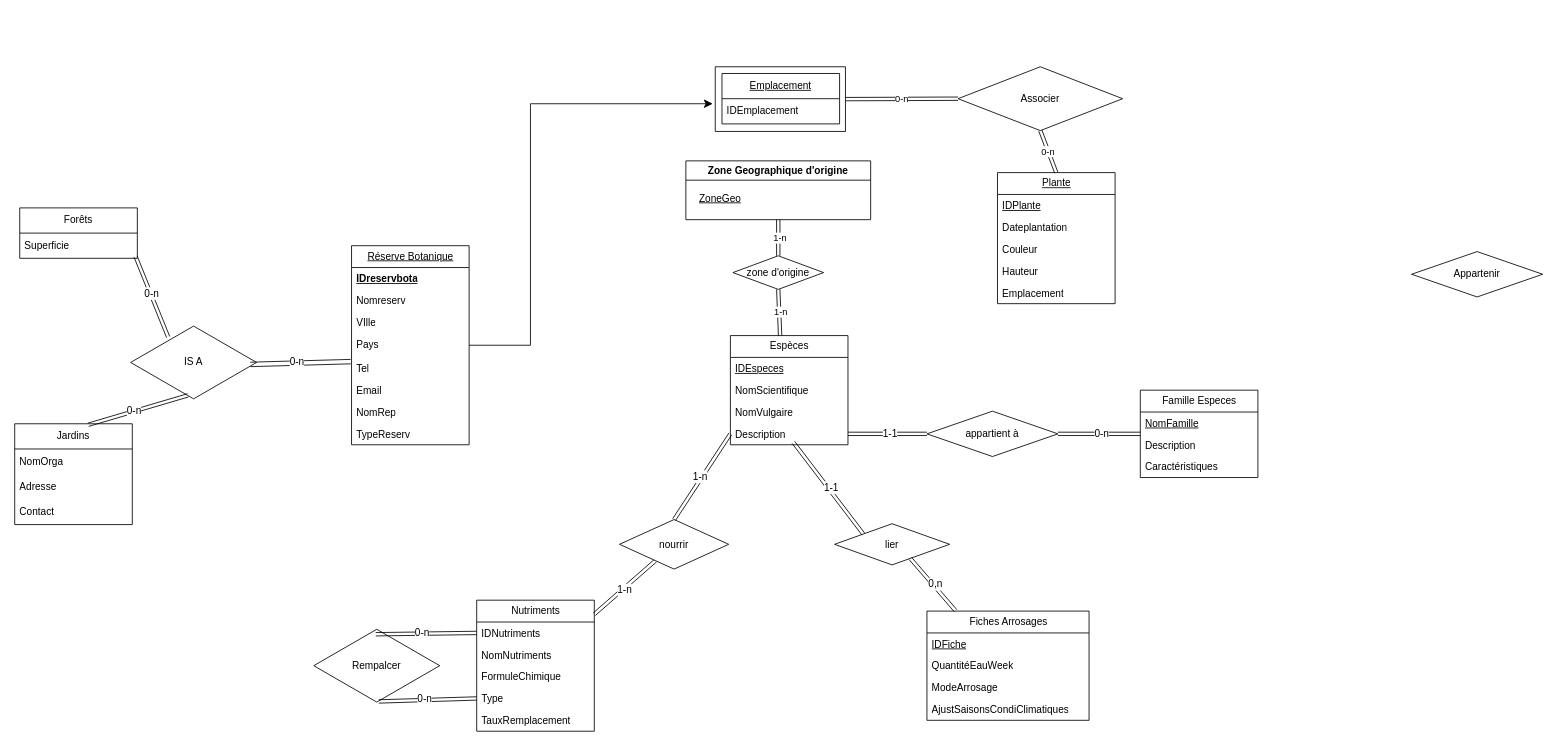
This is SAE3/Untitled Diagram.drawio from korasrar/Work, a draw.io file, before an edit. Source tidied: cells renumbered, new cells numbered last; positions are measured from the earlier drawing's top-left corner, leaving out a move shared by most shapes. Both pictures are drawn from the tidied source at 84%, with x=0, y=0 at pixel (14, 66).
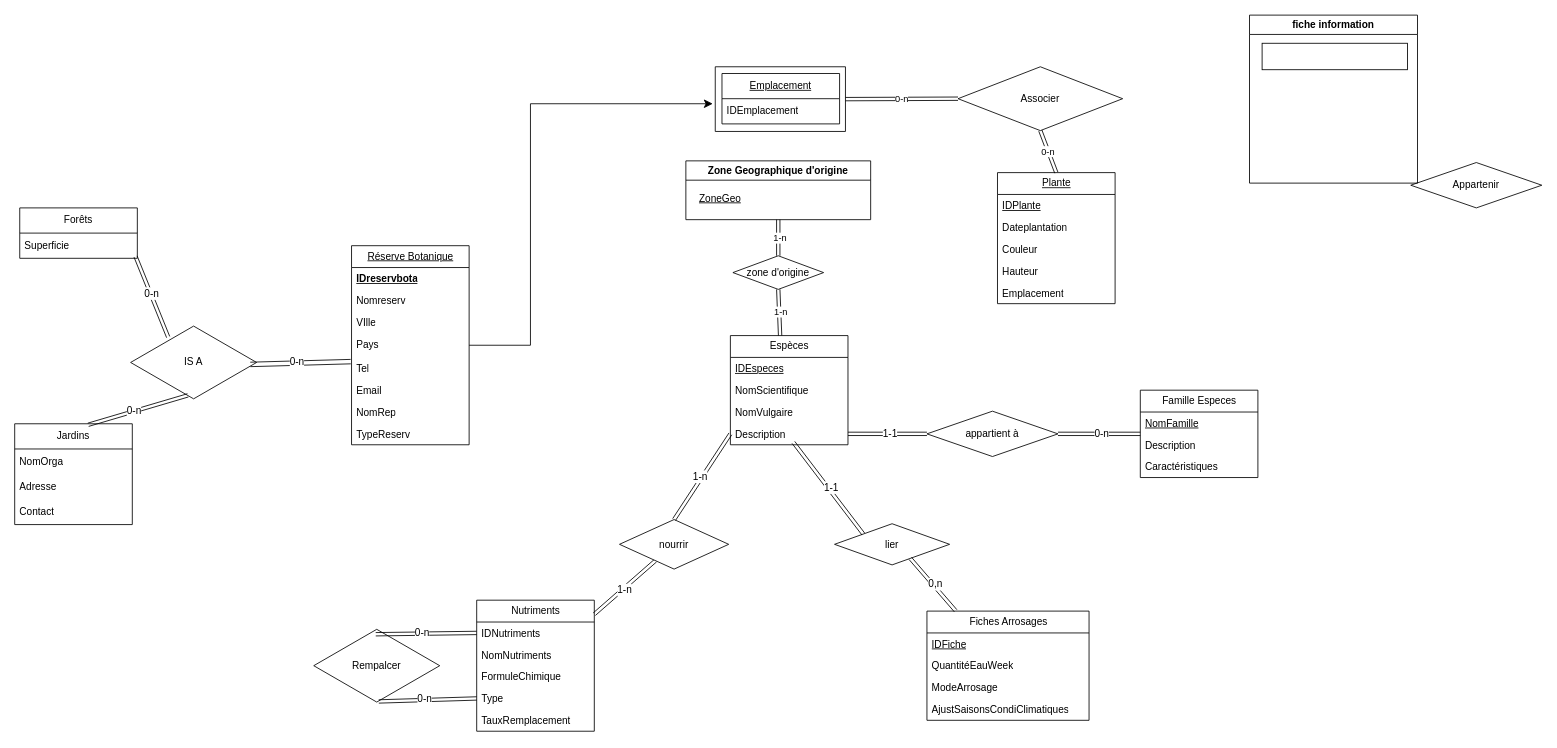
Above is the later version.

Commit message:
Mettre à jour Untitled Diagram.drawio

Change to the diagram source:
```diff
@@
     <mxCell id="39" value="Appartenir" style="rhombus;whiteSpace=wrap;html=1;" parent="1" vertex="1">
-      <mxGeometry x="1663" y="220" width="156" height="54" as="geometry" />
+      <mxGeometry x="1662" y="114" width="156" height="54" as="geometry" />
     </mxCell>
@@
+    <mxCell id="87" value="fiche information" style="swimlane;whiteSpace=wrap;html=1;" parent="1" vertex="1">
+      <mxGeometry x="1470" y="-61.5" width="200" height="200" as="geometry" />
+    </mxCell>
+    <mxCell id="88" style="rounded=0;whiteSpace=wrap;html=1;" parent="87" vertex="1">
+      <mxGeometry x="15" y="33.5" width="173" height="31.5" as="geometry" />
+    </mxCell>
```
